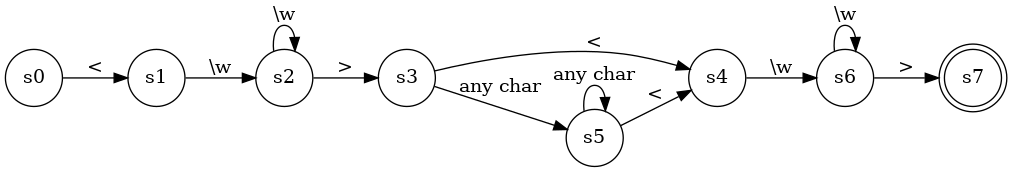
nano-go/regexcv keeps this Graphviz diagram as resources/nfa2.png. Above is the earlier version. Its source is kept beside it as resources/nfa2.dot. Its diagram source:
```dot
digraph NFA{
	rankdir=LR

	s0 [shape=circle]
	s1 [shape=circle]
	s2 [shape=circle]
	s3 [shape=circle]
	s4 [shape=circle]
	s5 [shape=circle]
	s6 [shape=circle]
	s7 [shape=doublecircle]

	s0 -> s1 [label="<"]
	s1 -> s2 [label="\\w"]
	s2 -> s3 [label=">"]
	s2 -> s2 [label="\\w"]
	s3 -> s4 [label="<"]
	s3 -> s5 [label="any char"]
	s4 -> s6 [label="\\w"]
	s5 -> s4 [label="<"]
	s5 -> s5 [label="any char"]
	s6 -> s7 [label=">"]
	s6 -> s6 [label="\\w"]
}
```
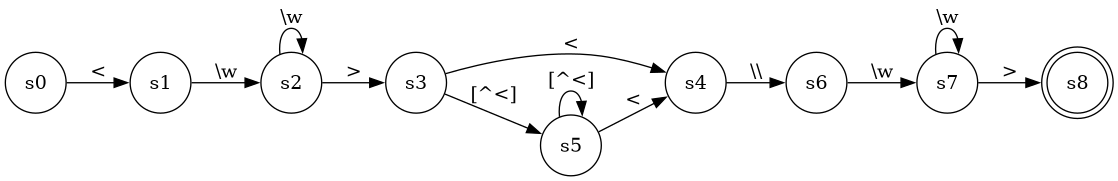
The same diagram one commit later.

Change to the diagram source:
```diff
@@ -8,17 +8,19 @@
 	s4 [shape=circle]
 	s5 [shape=circle]
 	s6 [shape=circle]
-	s7 [shape=doublecircle]
+	s7 [shape=circle]
+	s8 [shape=doublecircle]
 
 	s0 -> s1 [label="<"]
 	s1 -> s2 [label="\\w"]
 	s2 -> s3 [label=">"]
 	s2 -> s2 [label="\\w"]
 	s3 -> s4 [label="<"]
-	s3 -> s5 [label="any char"]
-	s4 -> s6 [label="\\w"]
+	s3 -> s5 [label="[^<]"]
+	s4 -> s6 [label="\\\\"]
 	s5 -> s4 [label="<"]
-	s5 -> s5 [label="any char"]
-	s6 -> s7 [label=">"]
-	s6 -> s6 [label="\\w"]
+	s5 -> s5 [label="[^<]"]
+	s6 -> s7 [label="\\w"]
+	s7 -> s8 [label=">"]
+	s7 -> s7 [label="\\w"]
 }
```
